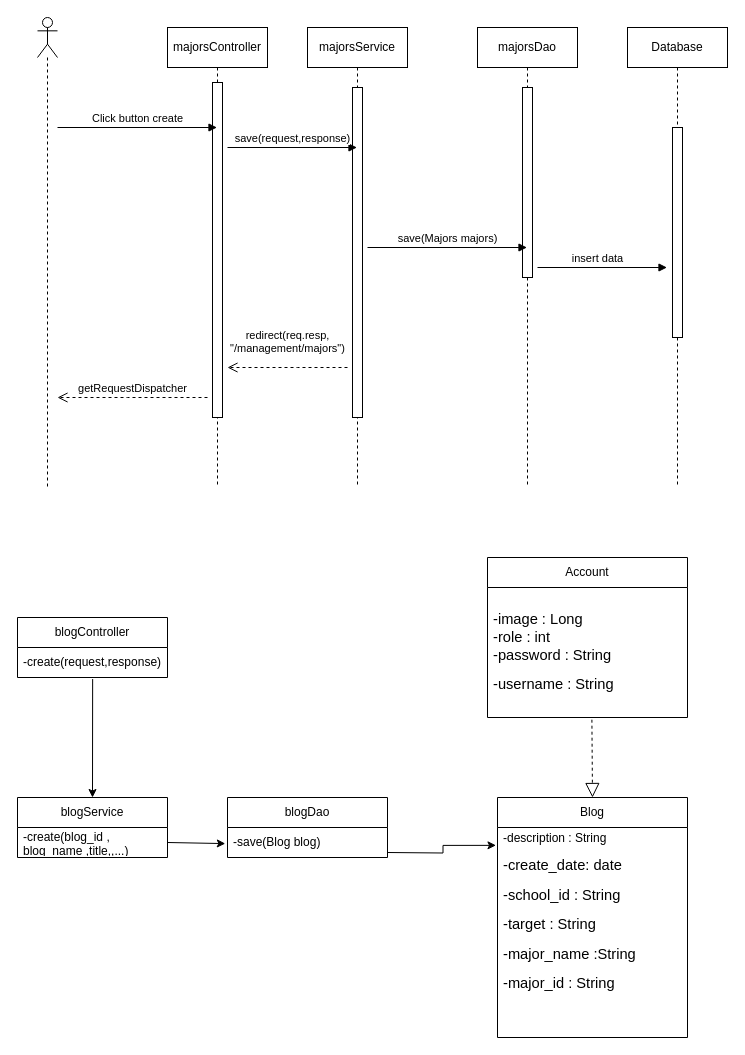
Above: page "Page-19" (19 of 29) of Untitled Diagram.drawio in sachvo/CuteXT (draw.io), before the change. Source tidied: cells renumbered, new cells numbered last; positions are measured from the earlier drawing's top-left corner, leaving out a move shared by most shapes. Both pictures are drawn from the tidied source at 100%, with x=0, y=0 at pixel (17, 17).
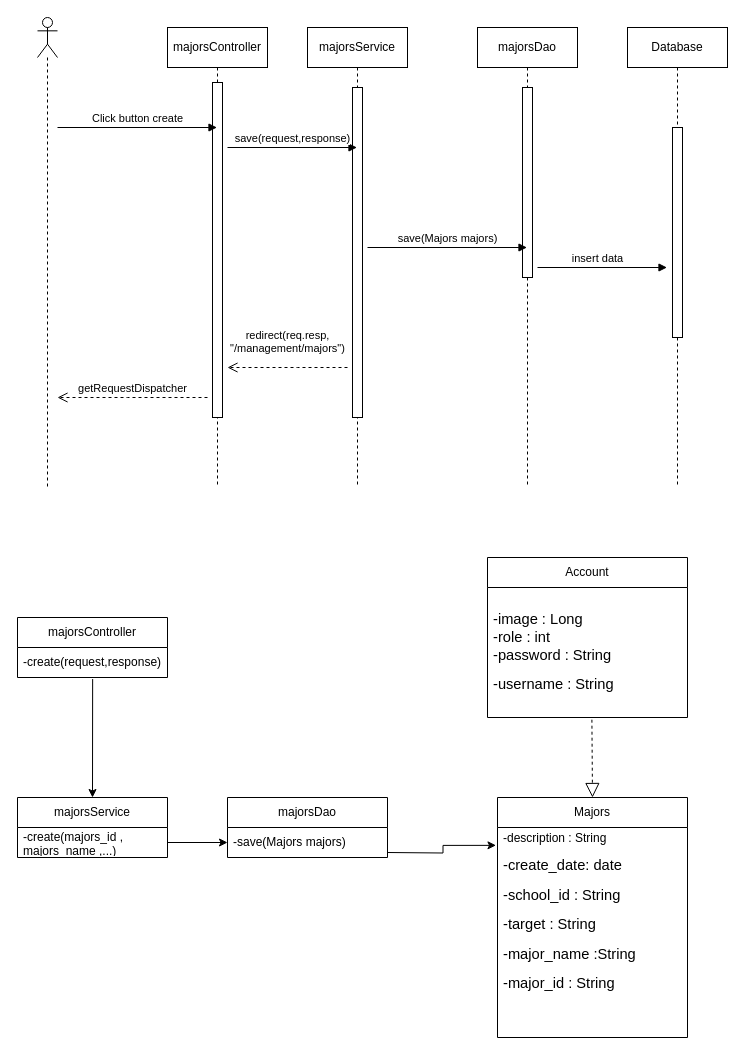
Above is the later version.

Diff of the diagram source:
```diff
@@
-    <mxCell id="17" value="blogController" style="swimlane;fontStyle=0;horizontal=1;startSize=30;whiteSpace=wrap;html=1;" parent="1" vertex="1">
+    <mxCell id="17" value="majorsController" style="swimlane;fontStyle=0;horizontal=1;startSize=30;whiteSpace=wrap;html=1;" parent="1" vertex="1">
       <mxGeometry y="600" width="150" height="60" as="geometry" />
     </mxCell>
@@
-    <mxCell id="19" value="blogDao" style="swimlane;fontStyle=0;horizontal=1;startSize=30;whiteSpace=wrap;html=1;" parent="1" vertex="1">
+    <mxCell id="19" value="majorsDao" style="swimlane;fontStyle=0;horizontal=1;startSize=30;whiteSpace=wrap;html=1;" parent="1" vertex="1">
       <mxGeometry x="210" y="780" width="160" height="60" as="geometry" />
     </mxCell>
-    <mxCell id="20" value="-save(Blog blog)" style="text;strokeColor=none;fillColor=none;align=left;verticalAlign=middle;spacingLeft=4;spacingRight=4;overflow=hidden;points=[[0,0.5],[1,0.5]];portConstraint=eastwest;whiteSpace=wrap;html=1;" parent="19" vertex="1">
+    <mxCell id="20" value="-save(Majors majors)" style="text;strokeColor=none;fillColor=none;align=left;verticalAlign=middle;spacingLeft=4;spacingRight=4;overflow=hidden;points=[[0,0.5],[1,0.5]];portConstraint=eastwest;whiteSpace=wrap;html=1;" parent="19" vertex="1">
       <mxGeometry y="30" width="160" height="30" as="geometry" />
     </mxCell>
-    <mxCell id="21" value="blogService" style="swimlane;fontStyle=0;horizontal=1;startSize=30;whiteSpace=wrap;html=1;" parent="1" vertex="1">
+    <mxCell id="21" value="majorsService" style="swimlane;fontStyle=0;horizontal=1;startSize=30;whiteSpace=wrap;html=1;" parent="1" vertex="1">
       <mxGeometry y="780" width="150" height="60" as="geometry" />
     </mxCell>
-    <mxCell id="22" value="-create(blog_id&amp;nbsp;,&lt;br&gt;blog_name ,title,,...)" style="text;strokeColor=none;fillColor=none;align=left;verticalAlign=middle;spacingLeft=4;spacingRight=4;overflow=hidden;points=[[0,0.5],[1,0.5]];portConstraint=eastwest;whiteSpace=wrap;html=1;" parent="21" vertex="1">
+    <mxCell id="22" value="-create(majors_id&amp;nbsp;,&lt;br&gt;majors_name ,...)" style="text;strokeColor=none;fillColor=none;align=left;verticalAlign=middle;spacingLeft=4;spacingRight=4;overflow=hidden;points=[[0,0.5],[1,0.5]];portConstraint=eastwest;whiteSpace=wrap;html=1;" parent="21" vertex="1">
       <mxGeometry y="30" width="150" height="30" as="geometry" />
     </mxCell>
@@
-    <mxCell id="24" style="endArrow=classic;html=1;rounded=0;exitX=1;exitY=0.5;exitDx=0;exitDy=0;entryX=-0.014;entryY=0.323;entryDx=0;entryDy=0;entryPerimeter=0;" parent="1" edge="1" source="22">
-      <mxGeometry relative="1" as="geometry">
-        <mxPoint x="207.8" y="826.1" as="targetPoint" />
-      </mxGeometry>
+    <mxCell id="24" style="endArrow=classic;html=1;rounded=0;exitX=1;exitY=0.5;exitDx=0;exitDy=0;entryX=0;entryY=0.5;entryDx=0;entryDy=0;" parent="1" edge="1" source="22" target="20">
+      <mxGeometry relative="1" as="geometry" />
     </mxCell>
@@
-    <mxCell id="27" value="Blog" style="swimlane;fontStyle=0;horizontal=1;startSize=30;whiteSpace=wrap;html=1;" parent="1" vertex="1">
+    <mxCell id="27" value="Majors" style="swimlane;fontStyle=0;horizontal=1;startSize=30;whiteSpace=wrap;html=1;" parent="1" vertex="1">
       <mxGeometry x="480" y="780" width="190" height="240" as="geometry" />
     </mxCell>
```
